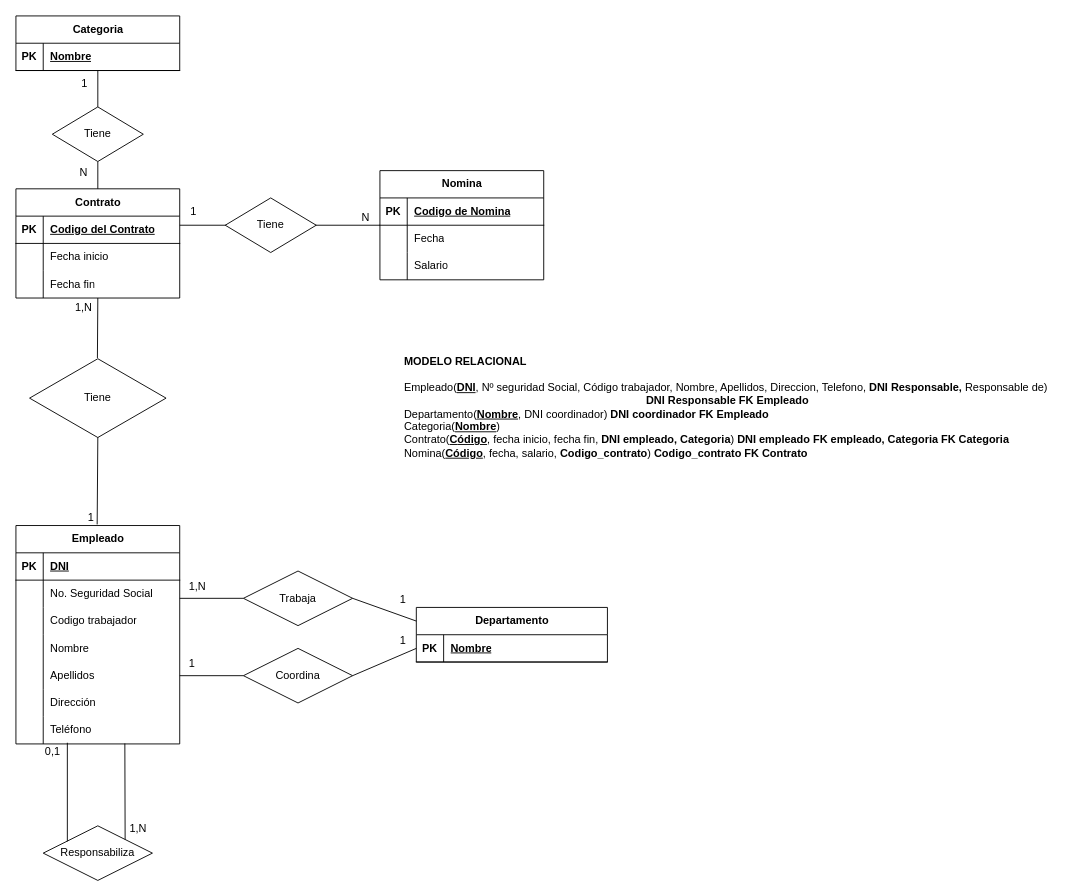
This is Ejercicio_7_Organigrama.drawio from BasementHalfStackDev/ejercicios-ud12, a draw.io file, before an edit. Source tidied: cells renumbered, new cells numbered last; positions are measured from the earlier drawing's top-left corner, leaving out a move shared by most shapes. Both pictures are drawn from the tidied source at 91%, with x=0, y=0 at pixel (15, 15).
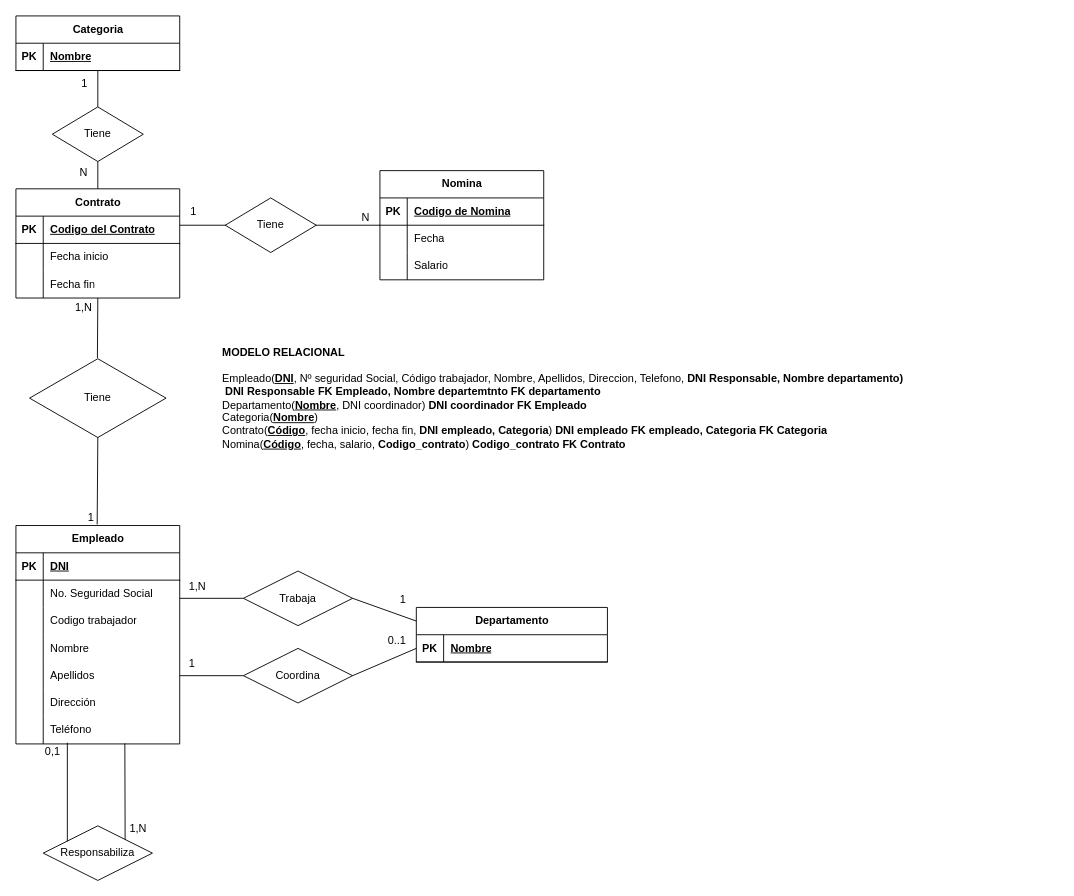
Above is the later version.

The change refers to these unchanged cells:
```xml
<mxCell id="51" style="endArrow=none;html=1;rounded=0;entryX=0;entryY=0.5;entryDx=0;entryDy=0;exitX=1;exitY=0.5;exitDx=0;exitDy=0;" parent="1" edge="1" source="48">
  <mxGeometry relative="1" as="geometry">
    <mxPoint x="440" y="695" as="targetPoint" />
  </mxGeometry>
</mxCell>
```

Diff of the diagram source:
```diff
@@
-    <mxCell id="52" value="1" style="html=1;whiteSpace=wrap;align=right;verticalAlign=bottom;" parent="51" vertex="1">
+    <mxCell id="52" value="0..1" style="html=1;whiteSpace=wrap;align=right;verticalAlign=bottom;" parent="51" vertex="1">
       <mxGeometry x="1" relative="1" as="geometry">
         <mxPoint x="-10" as="offset" />
       </mxGeometry>
     </mxCell>
@@
-    <mxCell id="82" value="&lt;div style=&quot;text-align: left;&quot;&gt;&lt;b&gt;MODELO RELACIONAL&lt;/b&gt;&lt;/div&gt;&lt;div style=&quot;text-align: left;&quot;&gt;&lt;br&gt;&lt;/div&gt;Empleado(&lt;u style=&quot;border-color: var(--border-color);&quot;&gt;&lt;b&gt;DNI&lt;/b&gt;&lt;/u&gt;, Nº seguridad Social, Código trabajador, Nombre, Apellidos, Direccion, Telefono, &lt;b&gt;DNI Responsable, &lt;/b&gt;Responsable de)&lt;br&gt;&amp;nbsp;&lt;b&gt;DNI Responsable FK Empleado&lt;/b&gt;&lt;div style=&quot;border-color: var(--border-color); text-align: left;&quot;&gt;Departamento(&lt;u style=&quot;border-color: var(--border-color);&quot;&gt;&lt;b&gt;Nombre&lt;/b&gt;&lt;/u&gt;, DNI coordinador)&amp;nbsp;&lt;b style=&quot;background-color: initial;&quot;&gt;DNI coordinador FK Empleado&lt;/b&gt;&lt;/div&gt;&lt;div style=&quot;border-color: var(--border-color); text-align: left;&quot;&gt;&lt;span style=&quot;background-color: initial;&quot;&gt;Categoria(&lt;b&gt;&lt;u&gt;Nombre&lt;/u&gt;&lt;/b&gt;)&lt;/span&gt;&lt;/div&gt;&lt;div style=&quot;border-color: var(--border-color); text-align: left;&quot;&gt;Contrato(&lt;b&gt;&lt;u&gt;C&lt;/u&gt;&lt;/b&gt;&lt;u style=&quot;border-color: var(--border-color);&quot;&gt;&lt;b&gt;ódigo&lt;/b&gt;&lt;/u&gt;, fecha inicio, fecha fin, &lt;b&gt;DNI empleado, Categoria&lt;/b&gt;)&amp;nbsp;&lt;span style=&quot;background-color: initial;&quot;&gt;&lt;b&gt;DNI empleado FK empleado, Categoria FK Categoria&lt;/b&gt;&lt;/span&gt;&lt;/div&gt;&lt;div style=&quot;border-color: var(--border-color); text-align: left;&quot;&gt;&lt;span style=&quot;background-color: initial;&quot;&gt;Nomina(&lt;u style=&quot;font-weight: bold;&quot;&gt;Código&lt;/u&gt;, fecha, salario, &lt;b&gt;Codigo_contrato&lt;/b&gt;) &lt;b&gt;Codigo_contrato FK Contrato&lt;/b&gt;&lt;/span&gt;&lt;/div&gt;" style="text;html=1;align=center;verticalAlign=middle;strokeColor=none;fillColor=none;" parent="1" vertex="1">
-      <mxGeometry x="415" y="365" width="730" height="130" as="geometry" />
+    <mxCell id="82" value="&lt;div style=&quot;&quot;&gt;&lt;b&gt;MODELO RELACIONAL&lt;/b&gt;&lt;/div&gt;&lt;div style=&quot;&quot;&gt;&lt;br&gt;&lt;/div&gt;&lt;div style=&quot;&quot;&gt;&lt;span style=&quot;background-color: initial;&quot;&gt;Empleado(&lt;/span&gt;&lt;u style=&quot;background-color: initial; border-color: var(--border-color);&quot;&gt;&lt;b&gt;DNI&lt;/b&gt;&lt;/u&gt;&lt;span style=&quot;background-color: initial;&quot;&gt;, Nº seguridad Social, Código trabajador, Nombre, Apellidos, Direccion, Telefono, &lt;/span&gt;&lt;b style=&quot;background-color: initial;&quot;&gt;DNI Responsable, Nombre departamento)&amp;nbsp;&lt;/b&gt;&lt;/div&gt;&amp;nbsp;&lt;b&gt;DNI Responsable FK Empleado, Nombre departemtnto FK departamento&lt;/b&gt;&lt;div style=&quot;border-color: var(--border-color);&quot;&gt;Departamento(&lt;u style=&quot;border-color: var(--border-color);&quot;&gt;&lt;b&gt;Nombre&lt;/b&gt;&lt;/u&gt;, DNI coordinador)&amp;nbsp;&lt;b style=&quot;background-color: initial;&quot;&gt;DNI coordinador FK Empleado&lt;/b&gt;&lt;/div&gt;&lt;div style=&quot;border-color: var(--border-color);&quot;&gt;&lt;span style=&quot;background-color: initial;&quot;&gt;Categoria(&lt;b&gt;&lt;u&gt;Nombre&lt;/u&gt;&lt;/b&gt;)&lt;/span&gt;&lt;/div&gt;&lt;div style=&quot;border-color: var(--border-color);&quot;&gt;Contrato(&lt;b&gt;&lt;u&gt;C&lt;/u&gt;&lt;/b&gt;&lt;u style=&quot;border-color: var(--border-color);&quot;&gt;&lt;b&gt;ódigo&lt;/b&gt;&lt;/u&gt;, fecha inicio, fecha fin, &lt;b&gt;DNI empleado, Categoria&lt;/b&gt;)&amp;nbsp;&lt;span style=&quot;background-color: initial;&quot;&gt;&lt;b&gt;DNI empleado FK empleado, Categoria FK Categoria&lt;/b&gt;&lt;/span&gt;&lt;/div&gt;&lt;div style=&quot;border-color: var(--border-color);&quot;&gt;&lt;span style=&quot;background-color: initial;&quot;&gt;Nomina(&lt;u style=&quot;font-weight: bold;&quot;&gt;Código&lt;/u&gt;, fecha, salario, &lt;b&gt;Codigo_contrato&lt;/b&gt;) &lt;b&gt;Codigo_contrato FK Contrato&lt;/b&gt;&lt;/span&gt;&lt;/div&gt;" style="text;html=1;align=left;verticalAlign=middle;strokeColor=none;fillColor=none;" parent="1" vertex="1">
+      <mxGeometry x="225" y="355" width="780" height="130" as="geometry" />
     </mxCell>
```
